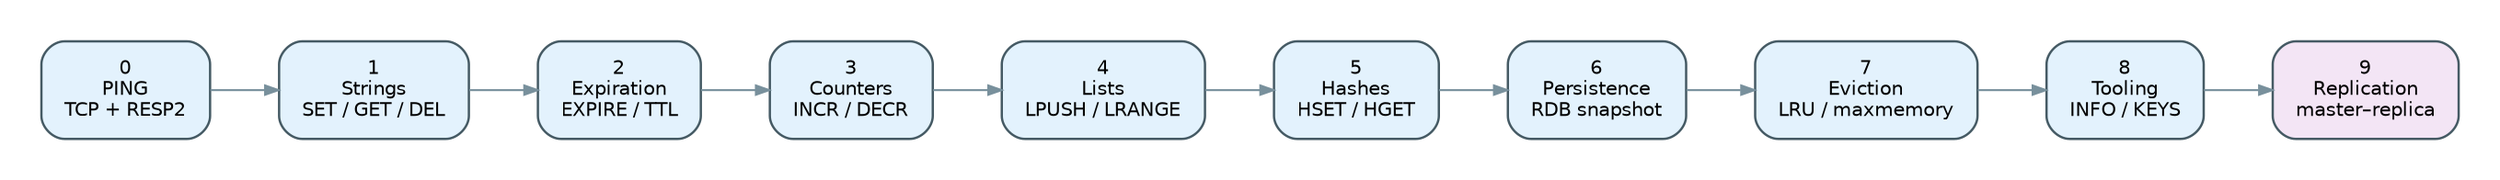
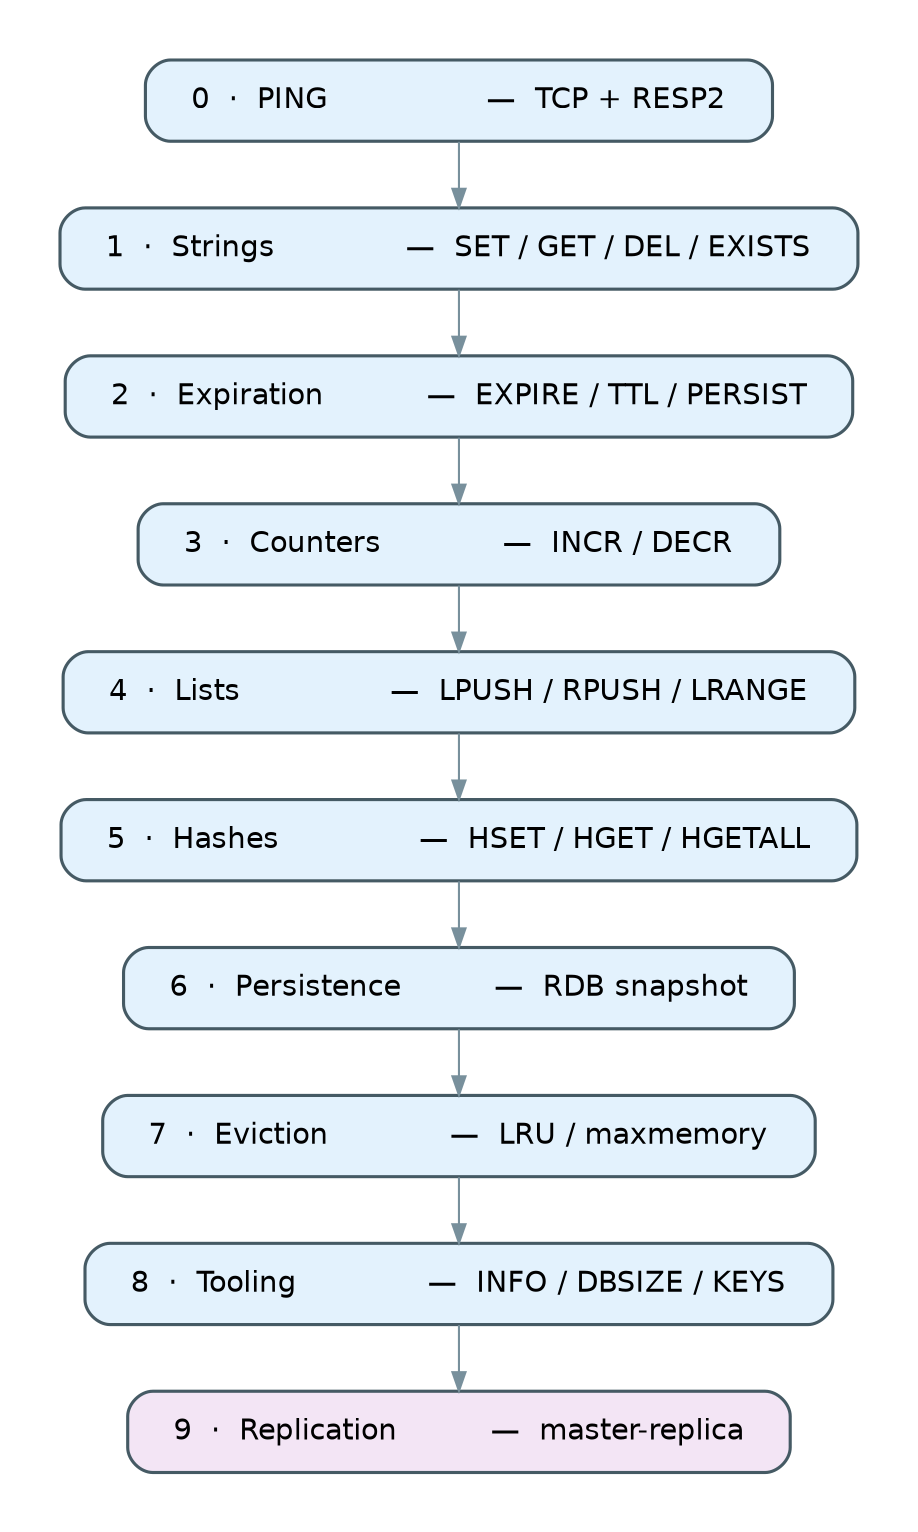
- // myredis — incremental build: nine vertical slices, each one runnable and tested
+ // myredis — incremental build: ten vertical slices, each one runnable and tested
digraph phases {
-   rankdir=LR;
+   rankdir=TB;
+   splines=ortho;
  bgcolor="white";
-   pad=0.3;
-   node [shape=box, style="rounded,filled", fontname="Helvetica", fontsize=10,
-         fillcolor="#e3f2fd", color="#455a64", penwidth=1.2, margin="0.16,0.12"];
-   edge [color="#78909c", arrowsize=0.7];
+   pad=0.4;
+   nodesep=0.4;
+   ranksep=0.45;
+   node [shape=box, style="rounded,filled", fontname="Helvetica", fontsize=14,
+         fillcolor="#e3f2fd", color="#455a64", penwidth=1.5, margin="0.30,0.16"];
+   edge [color="#78909c", arrowsize=0.9];

-   p0 [label="0\nPING\nTCP + RESP2"];
-   p1 [label="1\nStrings\nSET / GET / DEL"];
-   p2 [label="2\nExpiration\nEXPIRE / TTL"];
-   p3 [label="3\nCounters\nINCR / DECR"];
-   p4 [label="4\nLists\nLPUSH / LRANGE"];
-   p5 [label="5\nHashes\nHSET / HGET"];
-   p6 [label="6\nPersistence\nRDB snapshot"];
-   p7 [label="7\nEviction\nLRU / maxmemory"];
-   p8 [label="8\nTooling\nINFO / KEYS"];
-   p9 [label="9\nReplication\nmaster–replica", fillcolor="#f3e5f5"];
+   p0 [label="0  ·  PING                 —  TCP + RESP2"];
+   p1 [label="1  ·  Strings              —  SET / GET / DEL / EXISTS"];
+   p2 [label="2  ·  Expiration           —  EXPIRE / TTL / PERSIST"];
+   p3 [label="3  ·  Counters             —  INCR / DECR"];
+   p4 [label="4  ·  Lists                —  LPUSH / RPUSH / LRANGE"];
+   p5 [label="5  ·  Hashes               —  HSET / HGET / HGETALL"];
+   p6 [label="6  ·  Persistence          —  RDB snapshot"];
+   p7 [label="7  ·  Eviction             —  LRU / maxmemory"];
+   p8 [label="8  ·  Tooling              —  INFO / DBSIZE / KEYS"];
+   p9 [label="9  ·  Replication          —  master-replica", fillcolor="#f3e5f5"];

  p0 -> p1 -> p2 -> p3 -> p4 -> p5 -> p6 -> p7 -> p8 -> p9;
}
